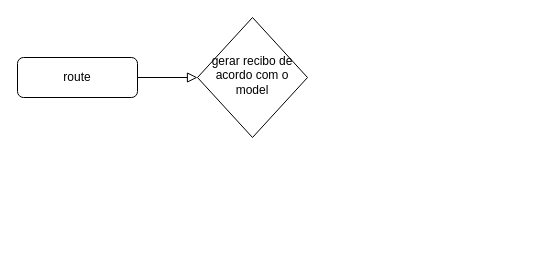
This is Diagrama sem nome.drawio from hi-im-aurelio/Modes, a draw.io file, before an edit. Source tidied: cells renumbered, new cells numbered last; positions are measured from the earlier drawing's top-left corner, leaving out a move shared by most shapes. Both pictures are drawn from the tidied source at 100%, with x=0, y=0 at pixel (17, 17).
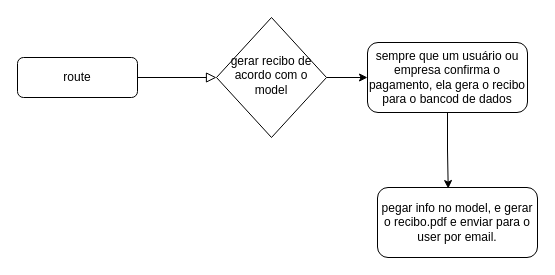
The same diagram, later.

Diff of the diagram source:
```diff
@@
 <mxGraphModel>
   <root>
     <mxCell id="0" />
     <mxCell id="1" parent="0" />
     <mxCell id="2" style="rounded=0;html=1;jettySize=auto;fontSize=11;endArrow=block;endFill=0;endSize=8;strokeWidth=1;shadow=0;labelBackgroundColor=none;edgeStyle=orthogonalEdgeStyle;" parent="1" edge="1" source="3" target="4">
       <mxGeometry relative="1" as="geometry" />
     </mxCell>
     <mxCell id="3" value="route" style="rounded=1;whiteSpace=wrap;html=1;fontSize=12;glass=0;strokeWidth=1;shadow=0;" parent="1" vertex="1">
       <mxGeometry y="40" width="120" height="40" as="geometry" />
     </mxCell>
+    <mxCell id="5" style="edgeStyle=orthogonalEdgeStyle;rounded=0;jettySize=auto;html=1;entryX=0;entryY=0.5;entryDx=0;entryDy=0;" parent="1" edge="1" source="4" target="6">
+      <mxGeometry relative="1" as="geometry" />
+    </mxCell>
     <mxCell id="4" value="gerar recibo de acordo com o model" style="rhombus;whiteSpace=wrap;html=1;shadow=0;fontFamily=Helvetica;fontSize=12;align=center;strokeWidth=1;spacing=6;spacingTop=-4;" parent="1" vertex="1">
-      <mxGeometry x="180" width="110" height="120" as="geometry" />
+      <mxGeometry x="199" width="110" height="120" as="geometry" />
     </mxCell>
+    <mxCell id="6" value="sempre que um usuário ou empresa confirma o pagamento, ela gera o recibo para o bancod de dados" style="rounded=1;whiteSpace=wrap;html=1;fontSize=12;glass=0;strokeWidth=1;shadow=0;" parent="1" vertex="1">
+      <mxGeometry x="350" y="25" width="160" height="70" as="geometry" />
+    </mxCell>
+    <mxCell id="7" value="pegar info no model, e gerar o recibo.pdf e enviar para o user por email." style="rounded=1;whiteSpace=wrap;html=1;fontSize=12;glass=0;strokeWidth=1;shadow=0;" parent="1" vertex="1">
+      <mxGeometry x="360" y="170" width="160" height="70" as="geometry" />
+    </mxCell>
+    <mxCell id="8" style="edgeStyle=orthogonalEdgeStyle;rounded=0;jettySize=auto;html=1;entryX=0.442;entryY=0.015;entryDx=0;entryDy=0;entryPerimeter=0;" parent="1" edge="1" source="6" target="7">
+      <mxGeometry relative="1" as="geometry" />
+    </mxCell>
   </root>
 </mxGraphModel>
```
